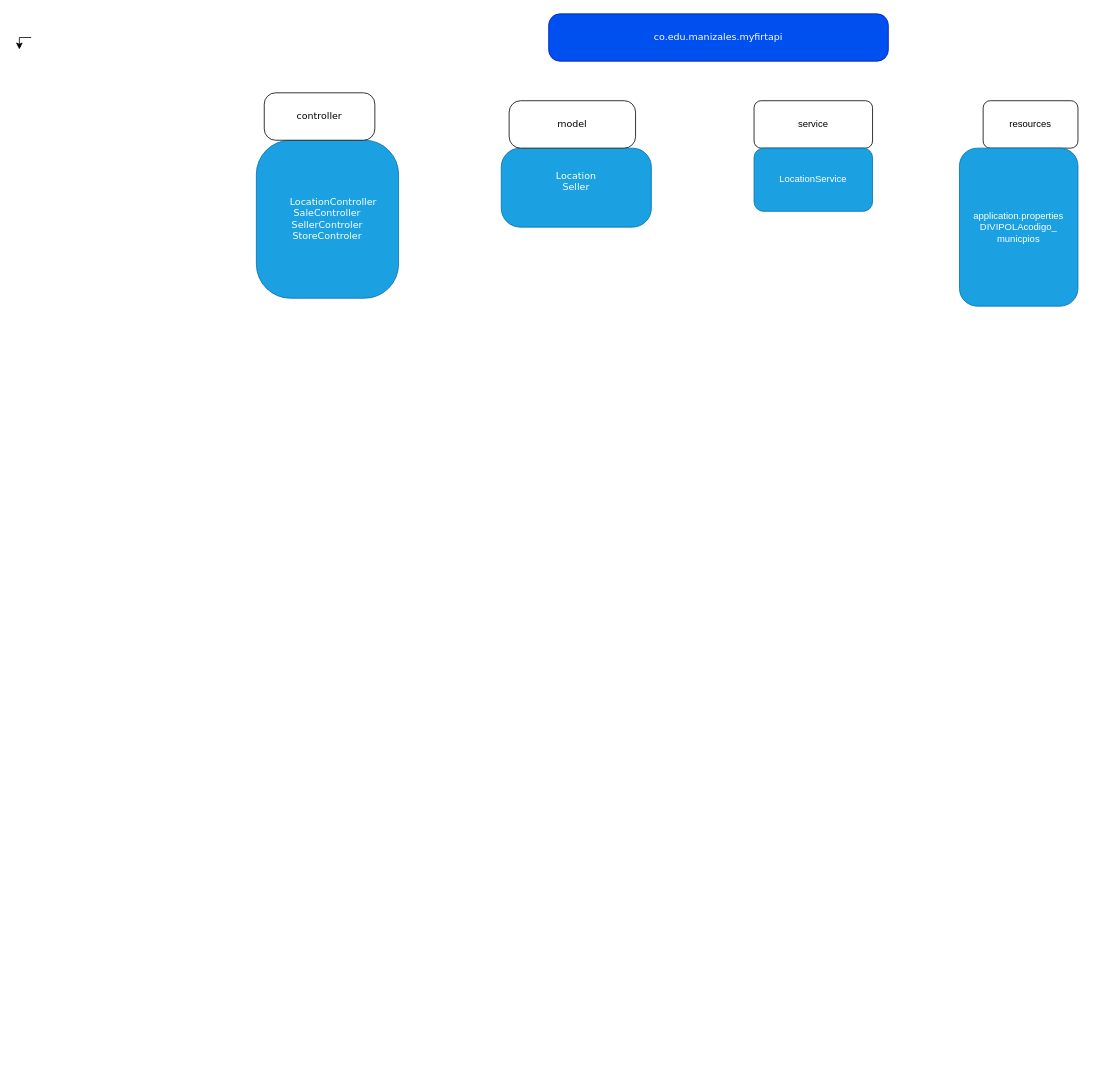
Above: Diagrama sin título.drawio in alexa7valan/myfirstapi (draw.io), before the change. Source tidied: cells renumbered, new cells numbered last; positions are measured from the earlier drawing's top-left corner, leaving out a move shared by most shapes. Both pictures are drawn from the tidied source at 79%, with x=0, y=0 at pixel (19, 13).
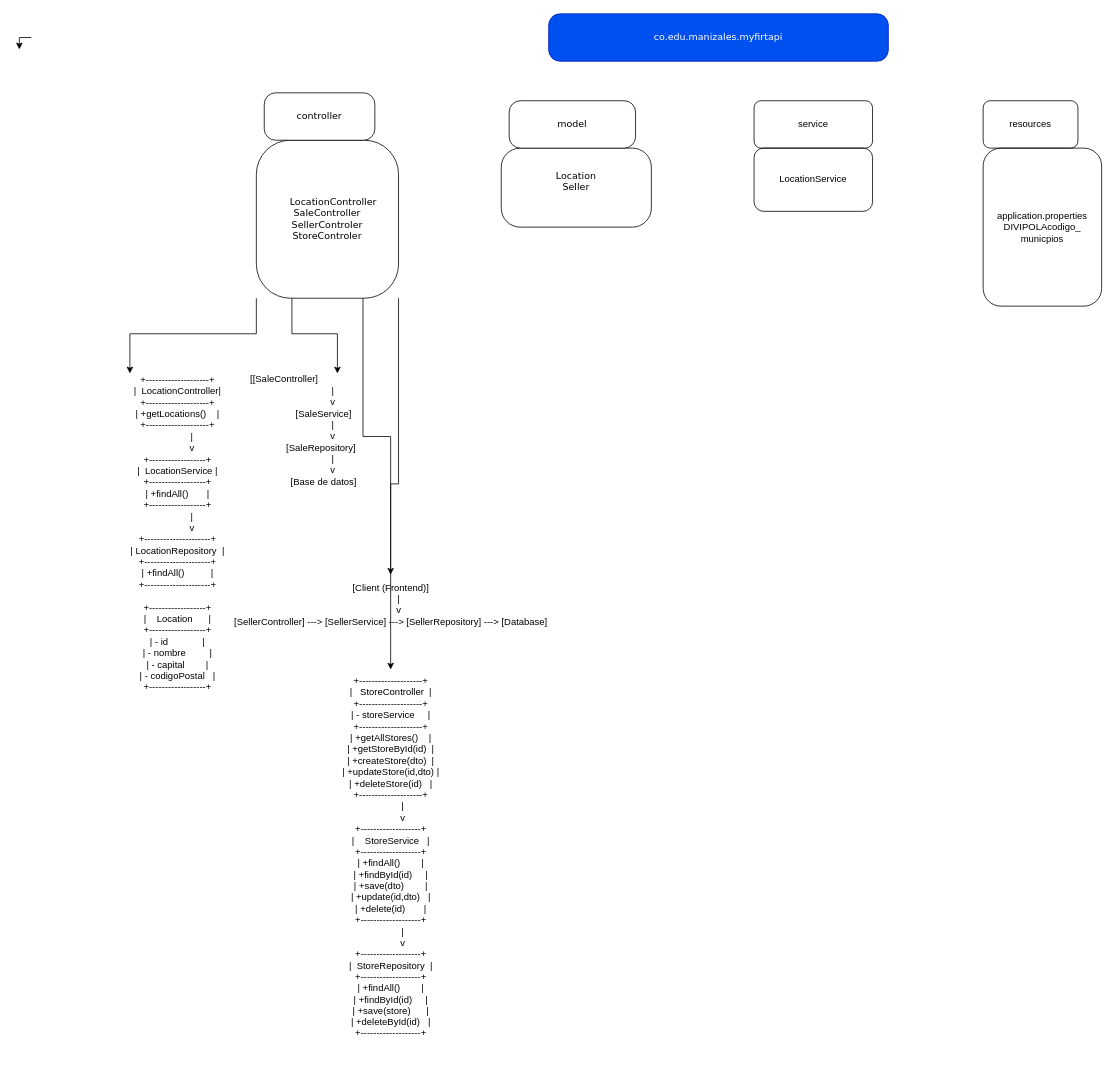
The same page after the edit.

Commit message:
Actualizar Diagrama de sistema

Diff of the diagram source:
```diff
@@
+    <mxCell id="12" style="edgeStyle=orthogonalEdgeStyle;rounded=0;jettySize=auto;html=1;exitX=0.75;exitY=1;exitDx=0;exitDy=0;" parent="1" edge="1" source="2" target="18">
+      <mxGeometry relative="1" as="geometry" />
+    </mxCell>
+    <mxCell id="13" style="edgeStyle=orthogonalEdgeStyle;rounded=0;jettySize=auto;html=1;exitX=1;exitY=1;exitDx=0;exitDy=0;" parent="1" edge="1" source="2" target="19">
+      <mxGeometry relative="1" as="geometry" />
+    </mxCell>
-    <mxCell id="2" value="&amp;nbsp; &amp;nbsp; LocationController&lt;div&gt;SaleController&lt;/div&gt;&lt;div&gt;SellerControler&lt;/div&gt;&lt;div&gt;StoreControler&lt;/div&gt;" style="rounded=1;whiteSpace=wrap;html=1;arcSize=24;fillColor=#1ba1e2;shadow=0;comic=0;labelBackgroundColor=none;fontFamily=Verdana;fontSize=12;align=center;fontColor=#ffffff;strokeColor=#006EAF;" parent="1" vertex="1">
+    <mxCell id="2" value="&amp;nbsp; &amp;nbsp; LocationController&lt;div&gt;SaleController&lt;/div&gt;&lt;div&gt;SellerControler&lt;/div&gt;&lt;div&gt;StoreControler&lt;/div&gt;" style="rounded=1;whiteSpace=wrap;html=1;arcSize=24;fillColor=none;shadow=0;comic=0;labelBackgroundColor=none;fontFamily=Verdana;fontSize=12;align=center;" parent="1" vertex="1">
       <mxGeometry x="300" y="160" width="180" height="200" as="geometry" />
     </mxCell>
@@
-    <mxCell id="5" value="Location&lt;div&gt;Seller&lt;div&gt;&lt;br&gt;&lt;/div&gt;&lt;/div&gt;" style="rounded=1;whiteSpace=wrap;html=1;arcSize=24;fillColor=#1ba1e2;strokeColor=#006EAF;shadow=0;comic=0;labelBackgroundColor=none;fontFamily=Verdana;fontSize=12;fontColor=#ffffff;align=center;" parent="1" vertex="1">
+    <mxCell id="5" value="Location&lt;div&gt;Seller&lt;div&gt;&lt;br&gt;&lt;/div&gt;&lt;/div&gt;" style="rounded=1;whiteSpace=wrap;html=1;arcSize=24;fillColor=none;shadow=0;comic=0;labelBackgroundColor=none;fontFamily=Verdana;fontSize=12;align=center;" parent="1" vertex="1">
       <mxGeometry x="610" y="170" width="190" height="100" as="geometry" />
     </mxCell>
@@
-    <mxCell id="9" value="LocationService" style="rounded=1;whiteSpace=wrap;html=1;fillColor=#1ba1e2;fontColor=#ffffff;strokeColor=#006EAF;" parent="1" vertex="1">
+    <mxCell id="9" value="LocationService" style="rounded=1;whiteSpace=wrap;html=1;fillColor=none;" parent="1" vertex="1">
       <mxGeometry x="930" y="170" width="150" height="80" as="geometry" />
     </mxCell>
@@
-    <mxCell id="11" value="application.properties&lt;div&gt;DIVIPOLAcodigo_&lt;/div&gt;&lt;div&gt;municpios&lt;/div&gt;" style="rounded=1;whiteSpace=wrap;html=1;fillColor=#1ba1e2;fontColor=#ffffff;strokeColor=#006EAF;" parent="1" vertex="1">
-      <mxGeometry x="1190" y="170" width="150" height="200" as="geometry" />
+    <mxCell id="11" value="application.properties&lt;div&gt;DIVIPOLAcodigo_&lt;/div&gt;&lt;div&gt;municpios&lt;/div&gt;" style="rounded=1;whiteSpace=wrap;html=1;fillColor=none;" parent="1" vertex="1">
+      <mxGeometry x="1220" y="170" width="150" height="200" as="geometry" />
     </mxCell>
+    <mxCell id="14" value="&lt;div&gt;+--------------------+&lt;/div&gt;&lt;div&gt;|&amp;nbsp; LocationController|&lt;/div&gt;&lt;div&gt;+--------------------+&lt;/div&gt;&lt;div&gt;| +getLocations()&amp;nbsp; &amp;nbsp; |&lt;/div&gt;&lt;div&gt;+--------------------+&lt;/div&gt;&lt;div&gt;&amp;nbsp; &amp;nbsp; &amp;nbsp; &amp;nbsp; &amp;nbsp; &amp;nbsp;|&lt;/div&gt;&lt;div&gt;&amp;nbsp; &amp;nbsp; &amp;nbsp; &amp;nbsp; &amp;nbsp; &amp;nbsp;v&lt;/div&gt;&lt;div&gt;+------------------+&lt;/div&gt;&lt;div&gt;|&amp;nbsp; LocationService |&lt;/div&gt;&lt;div&gt;+------------------+&lt;/div&gt;&lt;div&gt;| +findAll()&amp;nbsp; &amp;nbsp; &amp;nbsp; &amp;nbsp;|&lt;/div&gt;&lt;div&gt;+------------------+&lt;/div&gt;&lt;div&gt;&amp;nbsp; &amp;nbsp; &amp;nbsp; &amp;nbsp; &amp;nbsp; &amp;nbsp;|&lt;/div&gt;&lt;div&gt;&amp;nbsp; &amp;nbsp; &amp;nbsp; &amp;nbsp; &amp;nbsp; &amp;nbsp;v&lt;/div&gt;&lt;div&gt;+---------------------+&lt;/div&gt;&lt;div&gt;| LocationRepository&amp;nbsp; |&lt;/div&gt;&lt;div&gt;+---------------------+&lt;/div&gt;&lt;div&gt;| +findAll()&amp;nbsp; &amp;nbsp; &amp;nbsp; &amp;nbsp; &amp;nbsp; |&lt;/div&gt;&lt;div&gt;+---------------------+&lt;/div&gt;&lt;div&gt;&lt;br&gt;&lt;/div&gt;&lt;div&gt;+------------------+&lt;/div&gt;&lt;div&gt;|&amp;nbsp; &amp;nbsp; Location&amp;nbsp; &amp;nbsp; &amp;nbsp; |&lt;/div&gt;&lt;div&gt;+------------------+&lt;/div&gt;&lt;div&gt;| - id&amp;nbsp; &amp;nbsp; &amp;nbsp; &amp;nbsp; &amp;nbsp; &amp;nbsp; &amp;nbsp;|&lt;/div&gt;&lt;div&gt;| - nombre&amp;nbsp; &amp;nbsp; &amp;nbsp; &amp;nbsp; &amp;nbsp;|&lt;/div&gt;&lt;div&gt;| - capital&amp;nbsp; &amp;nbsp; &amp;nbsp; &amp;nbsp; |&lt;/div&gt;&lt;div&gt;| - codigoPostal&amp;nbsp; &amp;nbsp;|&lt;/div&gt;&lt;div&gt;+------------------+&lt;/div&gt;&lt;div&gt;&lt;br&gt;&lt;/div&gt;" style="text;html=1;align=center;verticalAlign=middle;points=[];strokeColor=none;fillColor=none;" parent="1" vertex="1">
+      <mxGeometry x="130" y="450" width="140" height="430" as="geometry" />
+    </mxCell>
+    <mxCell id="15" style="edgeStyle=orthogonalEdgeStyle;rounded=0;jettySize=auto;html=1;exitX=0;exitY=1;exitDx=0;exitDy=0;entryX=0.071;entryY=0.012;entryDx=0;entryDy=0;entryPerimeter=0;" parent="1" edge="1" source="2" target="14">
+      <mxGeometry relative="1" as="geometry" />
+    </mxCell>
+    <mxCell id="16" value="&lt;div&gt;[[SaleController]&lt;/div&gt;&lt;div&gt;&amp;nbsp; &amp;nbsp; &amp;nbsp; &amp;nbsp; &amp;nbsp; &amp;nbsp; &amp;nbsp; &amp;nbsp; &amp;nbsp; &amp;nbsp; &amp;nbsp; &amp;nbsp; &amp;nbsp; &amp;nbsp; &amp;nbsp; &amp;nbsp; &amp;nbsp; &amp;nbsp; &amp;nbsp;|&lt;/div&gt;&lt;div&gt;&amp;nbsp; &amp;nbsp; &amp;nbsp; &amp;nbsp; &amp;nbsp; &amp;nbsp; &amp;nbsp; &amp;nbsp; &amp;nbsp; &amp;nbsp; &amp;nbsp; &amp;nbsp; &amp;nbsp; &amp;nbsp; &amp;nbsp; &amp;nbsp; &amp;nbsp; &amp;nbsp; &amp;nbsp;v&lt;/div&gt;&lt;div&gt;&amp;nbsp; &amp;nbsp; &amp;nbsp; &amp;nbsp; &amp;nbsp; &amp;nbsp; &amp;nbsp; &amp;nbsp; &amp;nbsp; &amp;nbsp; &amp;nbsp; &amp;nbsp; &amp;nbsp; &amp;nbsp; &amp;nbsp; [SaleService]&lt;/div&gt;&lt;div&gt;&amp;nbsp; &amp;nbsp; &amp;nbsp; &amp;nbsp; &amp;nbsp; &amp;nbsp; &amp;nbsp; &amp;nbsp; &amp;nbsp; &amp;nbsp; &amp;nbsp; &amp;nbsp; &amp;nbsp; &amp;nbsp; &amp;nbsp; &amp;nbsp; &amp;nbsp; &amp;nbsp; &amp;nbsp;|&lt;/div&gt;&lt;div&gt;&amp;nbsp; &amp;nbsp; &amp;nbsp; &amp;nbsp; &amp;nbsp; &amp;nbsp; &amp;nbsp; &amp;nbsp; &amp;nbsp; &amp;nbsp; &amp;nbsp; &amp;nbsp; &amp;nbsp; &amp;nbsp; &amp;nbsp; &amp;nbsp; &amp;nbsp; &amp;nbsp; &amp;nbsp;v&lt;/div&gt;&lt;div&gt;&amp;nbsp; &amp;nbsp; &amp;nbsp; &amp;nbsp; &amp;nbsp; &amp;nbsp; &amp;nbsp; &amp;nbsp; &amp;nbsp; &amp;nbsp; &amp;nbsp; &amp;nbsp; &amp;nbsp; &amp;nbsp; [SaleRepository]&lt;/div&gt;&lt;div&gt;&amp;nbsp; &amp;nbsp; &amp;nbsp; &amp;nbsp; &amp;nbsp; &amp;nbsp; &amp;nbsp; &amp;nbsp; &amp;nbsp; &amp;nbsp; &amp;nbsp; &amp;nbsp; &amp;nbsp; &amp;nbsp; &amp;nbsp; &amp;nbsp; &amp;nbsp; &amp;nbsp; &amp;nbsp;|&lt;/div&gt;&lt;div&gt;&amp;nbsp; &amp;nbsp; &amp;nbsp; &amp;nbsp; &amp;nbsp; &amp;nbsp; &amp;nbsp; &amp;nbsp; &amp;nbsp; &amp;nbsp; &amp;nbsp; &amp;nbsp; &amp;nbsp; &amp;nbsp; &amp;nbsp; &amp;nbsp; &amp;nbsp; &amp;nbsp; &amp;nbsp;v&lt;/div&gt;&lt;div&gt;&amp;nbsp; &amp;nbsp; &amp;nbsp; &amp;nbsp; &amp;nbsp; &amp;nbsp; &amp;nbsp; &amp;nbsp; &amp;nbsp; &amp;nbsp; &amp;nbsp; &amp;nbsp; &amp;nbsp; &amp;nbsp; &amp;nbsp; [Base de datos]&lt;/div&gt;&lt;div&gt;&lt;br&gt;&lt;/div&gt;" style="text;html=1;align=center;verticalAlign=middle;points=[];strokeColor=none;fillColor=none;" parent="1" vertex="1">
+      <mxGeometry x="230" y="450" width="210" height="170" as="geometry" />
+    </mxCell>
+    <mxCell id="17" style="edgeStyle=orthogonalEdgeStyle;rounded=0;jettySize=auto;html=1;exitX=0.25;exitY=1;exitDx=0;exitDy=0;entryX=0.822;entryY=0.031;entryDx=0;entryDy=0;entryPerimeter=0;" parent="1" edge="1" source="2" target="16">
+      <mxGeometry relative="1" as="geometry" />
+    </mxCell>
+    <mxCell id="18" value="&lt;div&gt;[Client (Frontend)]&lt;/div&gt;&lt;div&gt;&amp;nbsp; &amp;nbsp; &amp;nbsp; |&lt;/div&gt;&lt;div&gt;&amp;nbsp; &amp;nbsp; &amp;nbsp; v&lt;/div&gt;&lt;div&gt;[SellerController] ---&amp;gt; [SellerService] ---&amp;gt; [SellerRepository] ---&amp;gt; [Database]&lt;/div&gt;&lt;div&gt;&lt;br&gt;&lt;/div&gt;" style="text;html=1;align=center;verticalAlign=middle;points=[];strokeColor=none;fillColor=none;" parent="1" vertex="1">
+      <mxGeometry x="260" y="710" width="420" height="90" as="geometry" />
+    </mxCell>
+    <mxCell id="19" value="&lt;div&gt;+--------------------+&lt;/div&gt;&lt;div&gt;|&amp;nbsp; &amp;nbsp;StoreController&amp;nbsp; |&lt;/div&gt;&lt;div&gt;+--------------------+&lt;/div&gt;&lt;div&gt;| - storeService&amp;nbsp; &amp;nbsp; &amp;nbsp;|&lt;/div&gt;&lt;div&gt;+--------------------+&lt;/div&gt;&lt;div&gt;| +getAllStores()&amp;nbsp; &amp;nbsp; |&lt;/div&gt;&lt;div&gt;| +getStoreById(id)&amp;nbsp; |&lt;/div&gt;&lt;div&gt;| +createStore(dto)&amp;nbsp; |&lt;/div&gt;&lt;div&gt;| +updateStore(id,dto) |&lt;/div&gt;&lt;div&gt;| +deleteStore(id)&amp;nbsp; &amp;nbsp;|&lt;/div&gt;&lt;div&gt;+--------------------+&lt;/div&gt;&lt;div&gt;&amp;nbsp; &amp;nbsp; &amp;nbsp; &amp;nbsp; &amp;nbsp;|&lt;/div&gt;&lt;div&gt;&amp;nbsp; &amp;nbsp; &amp;nbsp; &amp;nbsp; &amp;nbsp;v&lt;/div&gt;&lt;div&gt;+-------------------+&lt;/div&gt;&lt;div&gt;|&amp;nbsp; &amp;nbsp; StoreService&amp;nbsp; &amp;nbsp;|&lt;/div&gt;&lt;div&gt;+-------------------+&lt;/div&gt;&lt;div&gt;| +findAll()&amp;nbsp; &amp;nbsp; &amp;nbsp; &amp;nbsp; |&lt;/div&gt;&lt;div&gt;| +findById(id)&amp;nbsp; &amp;nbsp; &amp;nbsp;|&lt;/div&gt;&lt;div&gt;| +save(dto)&amp;nbsp; &amp;nbsp; &amp;nbsp; &amp;nbsp; |&lt;/div&gt;&lt;div&gt;| +update(id,dto)&amp;nbsp; &amp;nbsp;|&lt;/div&gt;&lt;div&gt;| +delete(id)&amp;nbsp; &amp;nbsp; &amp;nbsp; &amp;nbsp;|&lt;/div&gt;&lt;div&gt;+-------------------+&lt;/div&gt;&lt;div&gt;&amp;nbsp; &amp;nbsp; &amp;nbsp; &amp;nbsp; &amp;nbsp;|&lt;/div&gt;&lt;div&gt;&amp;nbsp; &amp;nbsp; &amp;nbsp; &amp;nbsp; &amp;nbsp;v&lt;/div&gt;&lt;div&gt;+-------------------+&lt;/div&gt;&lt;div&gt;|&amp;nbsp; StoreRepository&amp;nbsp; |&lt;/div&gt;&lt;div&gt;+-------------------+&lt;/div&gt;&lt;div&gt;| +findAll()&amp;nbsp; &amp;nbsp; &amp;nbsp; &amp;nbsp; |&lt;/div&gt;&lt;div&gt;| +findById(id)&amp;nbsp; &amp;nbsp; &amp;nbsp;|&lt;/div&gt;&lt;div&gt;| +save(store)&amp;nbsp; &amp;nbsp; &amp;nbsp; |&lt;/div&gt;&lt;div&gt;| +deleteById(id)&amp;nbsp; &amp;nbsp;|&lt;/div&gt;&lt;div&gt;+-------------------+&lt;/div&gt;&lt;div&gt;&lt;br&gt;&lt;/div&gt;" style="text;html=1;align=center;verticalAlign=middle;points=[];strokeColor=none;fillColor=none;" parent="1" vertex="1">
+      <mxGeometry x="395" y="830" width="150" height="490" as="geometry" />
+    </mxCell>
```
